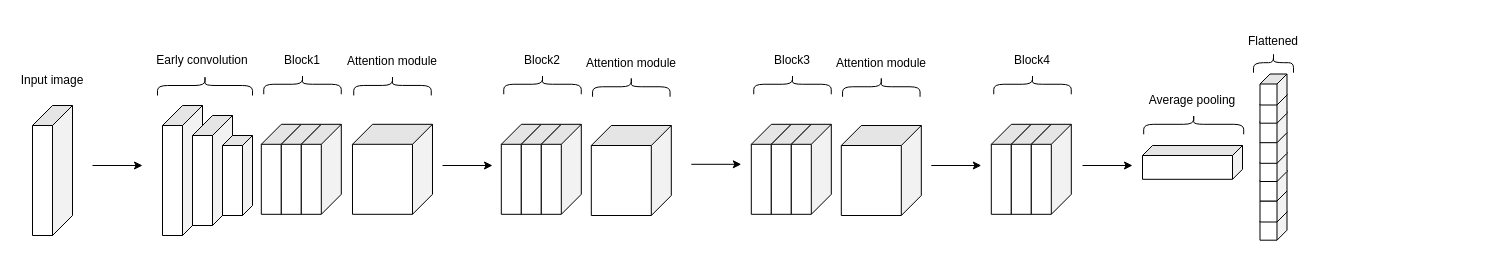
Earlier version of the draw.io diagram proposed_network.drawio (semihhdemirel/semihhdemirel). Source tidied: cells renumbered, new cells numbered last; positions are measured from the earlier drawing's top-left corner, leaving out a move shared by most shapes. Both pictures are drawn from the tidied source at 100%, with x=0, y=0 at pixel (17, 26).
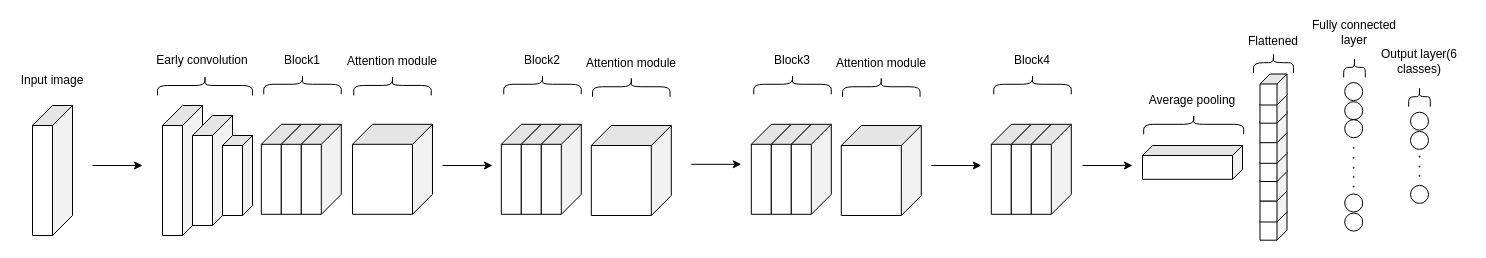
The same page after the edit.

Change to the diagram source:
```diff
@@
+    <mxCell id="56" style="ellipse;whiteSpace=wrap;html=1;" parent="1" vertex="1">
+      <mxGeometry x="1327.2" y="56.1" width="18" height="18" as="geometry" />
+    </mxCell>
+    <mxCell id="57" style="ellipse;whiteSpace=wrap;html=1;" parent="1" vertex="1">
+      <mxGeometry x="1327.2" y="75.2" width="18" height="18" as="geometry" />
+    </mxCell>
+    <mxCell id="58" style="ellipse;whiteSpace=wrap;html=1;" parent="1" vertex="1">
+      <mxGeometry x="1327.2" y="93.2" width="18" height="18" as="geometry" />
+    </mxCell>
+    <mxCell id="59" style="ellipse;whiteSpace=wrap;html=1;" parent="1" vertex="1">
+      <mxGeometry x="1327.2" y="167.5" width="18" height="18" as="geometry" />
+    </mxCell>
+    <mxCell id="60" style="ellipse;whiteSpace=wrap;html=1;" parent="1" vertex="1">
+      <mxGeometry x="1327.2" y="186.6" width="18" height="18" as="geometry" />
+    </mxCell>
+    <mxCell id="61" style="ellipse;whiteSpace=wrap;html=1;" parent="1" vertex="1">
+      <mxGeometry x="1393" y="85.7" width="18" height="18" as="geometry" />
+    </mxCell>
+    <mxCell id="62" style="ellipse;whiteSpace=wrap;html=1;" parent="1" vertex="1">
+      <mxGeometry x="1393" y="104.9" width="18" height="18" as="geometry" />
+    </mxCell>
+    <mxCell id="63" style="ellipse;whiteSpace=wrap;html=1;" parent="1" vertex="1">
+      <mxGeometry x="1401.5" y="129.6" width="1" height="1" as="geometry" />
+    </mxCell>
+    <mxCell id="64" style="ellipse;whiteSpace=wrap;html=1;" parent="1" vertex="1">
+      <mxGeometry x="1401.5" y="139.6" width="1" height="1" as="geometry" />
+    </mxCell>
+    <mxCell id="65" style="ellipse;whiteSpace=wrap;html=1;" parent="1" vertex="1">
+      <mxGeometry x="1401.5" y="148.8" width="1" height="1" as="geometry" />
+    </mxCell>
+    <mxCell id="66" style="ellipse;whiteSpace=wrap;html=1;" parent="1" vertex="1">
+      <mxGeometry x="1393" y="158.9" width="18" height="18" as="geometry" />
+    </mxCell>
+    <mxCell id="67" style="ellipse;whiteSpace=wrap;html=1;" parent="1" vertex="1">
+      <mxGeometry x="1335.7" y="130.8" width="1" height="1" as="geometry" />
+    </mxCell>
+    <mxCell id="68" style="ellipse;whiteSpace=wrap;html=1;" parent="1" vertex="1">
+      <mxGeometry x="1335.7" y="140.8" width="1" height="1" as="geometry" />
+    </mxCell>
+    <mxCell id="69" style="ellipse;whiteSpace=wrap;html=1;" parent="1" vertex="1">
+      <mxGeometry x="1335.7" y="149.9" width="1" height="1" as="geometry" />
+    </mxCell>
+    <mxCell id="70" style="ellipse;whiteSpace=wrap;html=1;" parent="1" vertex="1">
+      <mxGeometry x="1335.7" y="120.9" width="1" height="1" as="geometry" />
+    </mxCell>
+    <mxCell id="71" style="ellipse;whiteSpace=wrap;html=1;" parent="1" vertex="1">
+      <mxGeometry x="1335.7" y="159.6" width="1" height="1" as="geometry" />
+    </mxCell>
+    <mxCell id="72" style="shape=curlyBracket;whiteSpace=wrap;html=1;rounded=1;flipH=1;labelPosition=right;verticalLabelPosition=middle;align=left;verticalAlign=middle;rotation=-90;" parent="1" vertex="1">
+      <mxGeometry x="1327" y="30.1" width="20" height="21.6" as="geometry" />
+    </mxCell>
+    <mxCell id="73" value="Fully connected layer" style="text;html=1;align=center;verticalAlign=middle;whiteSpace=wrap;rounded=0;" parent="1" vertex="1">
+      <mxGeometry x="1287" y="-9.1" width="100" height="30" as="geometry" />
+    </mxCell>
+    <mxCell id="74" style="shape=curlyBracket;whiteSpace=wrap;html=1;rounded=1;flipH=1;labelPosition=right;verticalLabelPosition=middle;align=left;verticalAlign=middle;rotation=-90;" parent="1" vertex="1">
+      <mxGeometry x="1392" y="59.4" width="20" height="21.6" as="geometry" />
+    </mxCell>
+    <mxCell id="75" value="Output layer(6 classes)" style="text;html=1;align=center;verticalAlign=middle;whiteSpace=wrap;rounded=0;" parent="1" vertex="1">
+      <mxGeometry x="1352" y="20.2" width="100" height="30" as="geometry" />
+    </mxCell>
```
